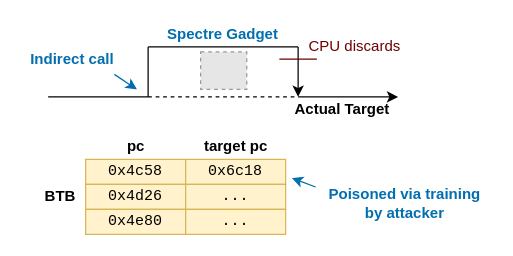
The draw.io diagram discussion_lead/week5/slides/figs/drawio/indirect.drawio in willfindlay/COMP5900X-TrustedComputing, before the edit. Source tidied: cells renumbered, new cells numbered last; positions are measured from the earlier drawing's top-left corner, leaving out a move shared by most shapes. Both pictures are drawn from the tidied source at 125%, with x=0, y=0 at pixel (21, 21). Pictures stored in the file or linked from it are replaced by grey dashed boxes.
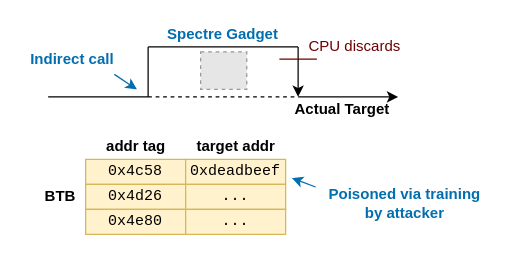
The same diagram, later.

Diff of the diagram source:
```diff
@@
-    <mxCell id="6" value="0x6c18" style="rounded=0;whiteSpace=wrap;html=1;fontFamily=Courier New;fillColor=#fff2cc;strokeColor=#d6b656;" parent="1" vertex="1">
+    <mxCell id="6" value="0xdeadbeef" style="rounded=0;whiteSpace=wrap;html=1;fontFamily=Courier New;fillColor=#fff2cc;strokeColor=#d6b656;" parent="1" vertex="1">
       <mxGeometry x="131" y="110" width="80" height="20" as="geometry" />
     </mxCell>
@@
-    <mxCell id="24" value="pc" style="text;html=1;align=center;verticalAlign=middle;fontFamily=Helvetica;fontColor=#000000;fontStyle=1;" parent="1" vertex="1">
-      <mxGeometry x="76" y="90" width="30" height="20" as="geometry" />
+    <mxCell id="24" value="addr tag" style="text;html=1;align=center;verticalAlign=middle;fontFamily=Helvetica;fontColor=#000000;fontStyle=1;" parent="1" vertex="1">
+      <mxGeometry x="61" y="90" width="60" height="20" as="geometry" />
     </mxCell>
-    <mxCell id="25" value="target pc" style="text;html=1;align=center;verticalAlign=middle;fontFamily=Helvetica;fontColor=#000000;fontStyle=1;" parent="1" vertex="1">
-      <mxGeometry x="136" y="90" width="70" height="20" as="geometry" />
+    <mxCell id="25" value="target addr" style="text;html=1;align=center;verticalAlign=middle;fontFamily=Helvetica;fontColor=#000000;fontStyle=1;" parent="1" vertex="1">
+      <mxGeometry x="131" y="90" width="80" height="20" as="geometry" />
     </mxCell>
```
